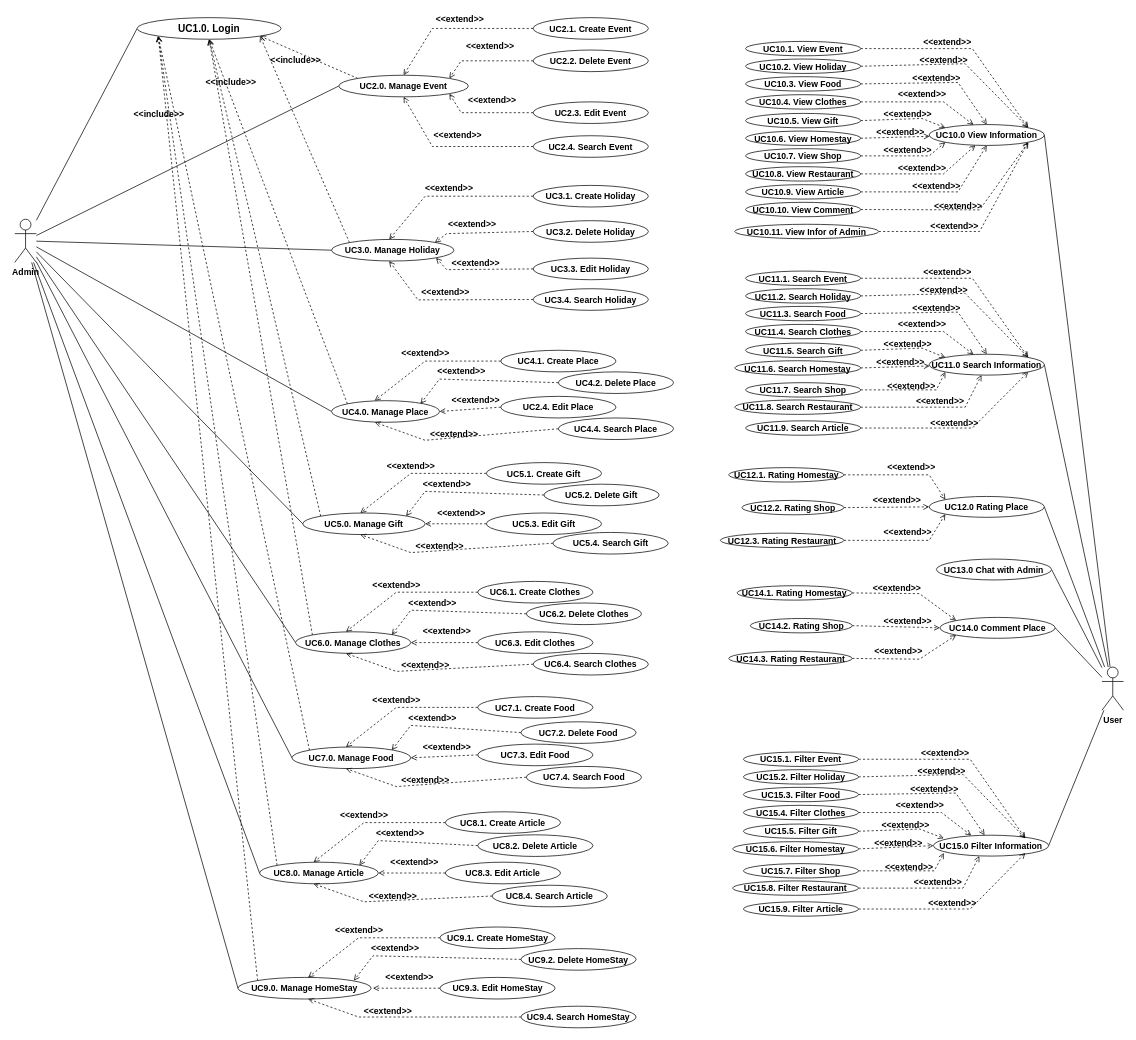
Above: First Prototype/VisitVietnamUsecase.drawio in KhoaDQ/VisitVietnamRepo (draw.io), before the change. Source tidied: cells renumbered, new cells numbered last; positions are measured from the earlier drawing's top-left corner, leaving out a move shared by most shapes. Both pictures are drawn from the tidied source at 72%, with x=0, y=0 at pixel (14, 12).
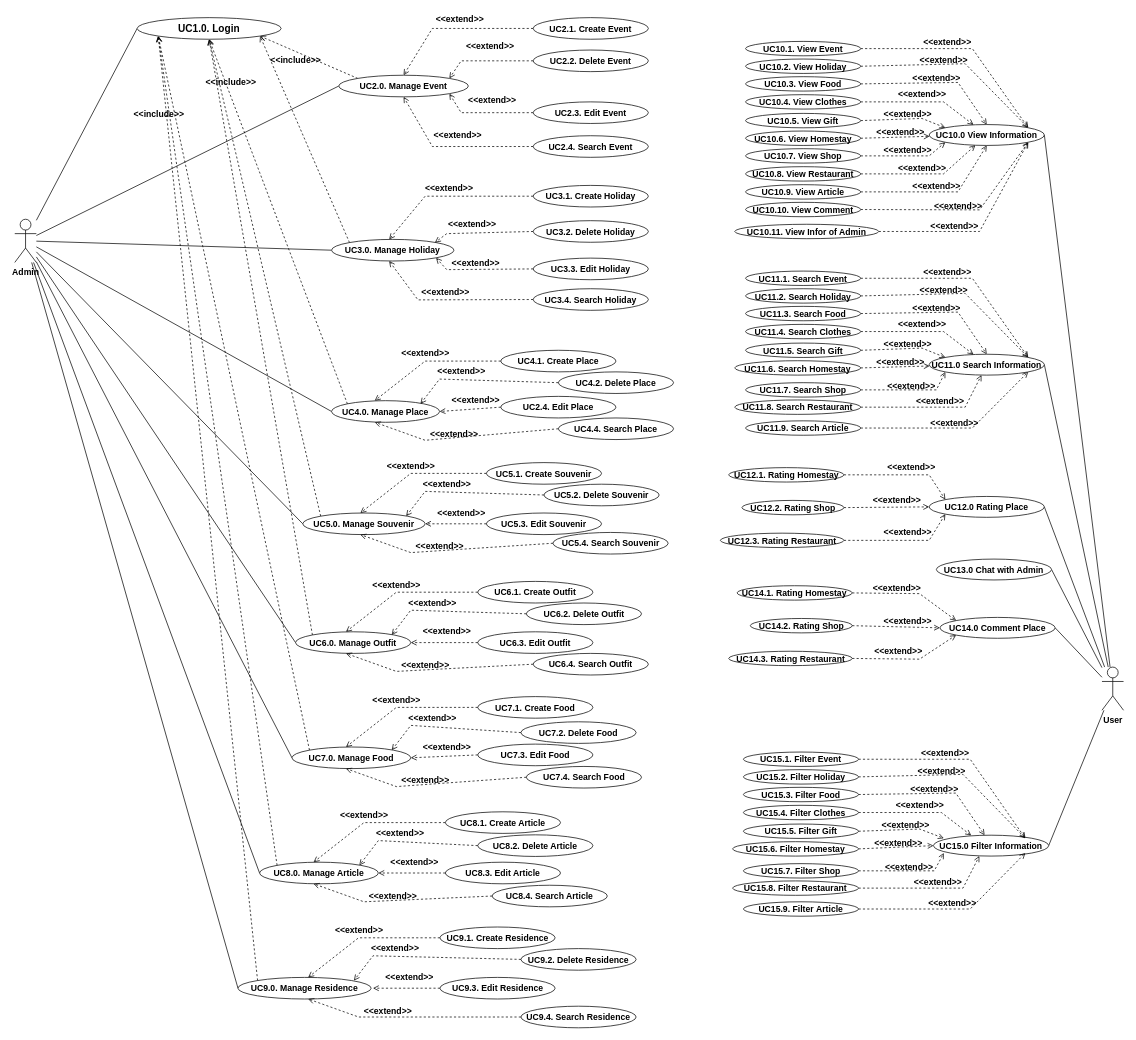
The same diagram, later.

Diff of the diagram source:
```diff
@@
-    <mxCell id="26" value="&lt;font style=&quot;font-size: 12px&quot;&gt;UC6.0. Manage Clothes&lt;br&gt;&lt;/font&gt;" style="ellipse;whiteSpace=wrap;html=1;fontSize=14;strokeWidth=1;fontStyle=1;" parent="1" vertex="1">
+    <mxCell id="26" value="&lt;font style=&quot;font-size: 12px&quot;&gt;UC6.0. Manage Outfit&lt;br&gt;&lt;/font&gt;" style="ellipse;whiteSpace=wrap;html=1;fontSize=14;strokeWidth=1;fontStyle=1;" parent="1" vertex="1">
       <mxGeometry x="390" y="860" width="160" height="30" as="geometry" />
     </mxCell>
-    <mxCell id="27" value="&lt;font style=&quot;font-size: 12px&quot;&gt;UC5.0. Manage Gift&lt;br&gt;&lt;/font&gt;" style="ellipse;whiteSpace=wrap;html=1;fontSize=14;strokeWidth=1;fontStyle=1;" parent="1" vertex="1">
+    <mxCell id="27" value="&lt;font style=&quot;font-size: 12px&quot;&gt;UC5.0. Manage Souvenir&lt;br&gt;&lt;/font&gt;" style="ellipse;whiteSpace=wrap;html=1;fontSize=14;strokeWidth=1;fontStyle=1;" parent="1" vertex="1">
       <mxGeometry x="400" y="695" width="170" height="30" as="geometry" />
     </mxCell>
@@
-    <mxCell id="31" value="&lt;font style=&quot;font-size: 12px&quot;&gt;UC9.0. Manage HomeStay&lt;br&gt;&lt;/font&gt;" style="ellipse;whiteSpace=wrap;html=1;fontSize=14;strokeWidth=1;fontStyle=1;" parent="1" vertex="1">
+    <mxCell id="31" value="&lt;font style=&quot;font-size: 12px&quot;&gt;UC9.0. Manage Residence&lt;br&gt;&lt;/font&gt;" style="ellipse;whiteSpace=wrap;html=1;fontSize=14;strokeWidth=1;fontStyle=1;" parent="1" vertex="1">
       <mxGeometry x="310" y="1340" width="185" height="30" as="geometry" />
     </mxCell>
@@
-    <mxCell id="77" value="&lt;font style=&quot;font-size: 12px&quot;&gt;UC5.1. Create Gift&lt;br&gt;&lt;/font&gt;" style="ellipse;whiteSpace=wrap;html=1;fontSize=14;strokeWidth=1;fontStyle=1;" parent="1" vertex="1">
+    <mxCell id="77" value="&lt;font style=&quot;font-size: 12px&quot;&gt;UC5.1. Create Souvenir&lt;br&gt;&lt;/font&gt;" style="ellipse;whiteSpace=wrap;html=1;fontSize=14;strokeWidth=1;fontStyle=1;" parent="1" vertex="1">
       <mxGeometry x="655" y="625" width="160" height="30" as="geometry" />
     </mxCell>
-    <mxCell id="78" value="&lt;font style=&quot;font-size: 12px&quot;&gt;UC5.2. Delete Gift&lt;br&gt;&lt;/font&gt;" style="ellipse;whiteSpace=wrap;html=1;fontSize=14;strokeWidth=1;fontStyle=1;" parent="1" vertex="1">
+    <mxCell id="78" value="&lt;font style=&quot;font-size: 12px&quot;&gt;UC5.2. Delete Souvenir&lt;br&gt;&lt;/font&gt;" style="ellipse;whiteSpace=wrap;html=1;fontSize=14;strokeWidth=1;fontStyle=1;" parent="1" vertex="1">
       <mxGeometry x="735" y="655" width="160" height="30" as="geometry" />
     </mxCell>
-    <mxCell id="79" value="&lt;font style=&quot;font-size: 12px&quot;&gt;UC5.3. Edit Gift&lt;br&gt;&lt;/font&gt;" style="ellipse;whiteSpace=wrap;html=1;fontSize=14;strokeWidth=1;fontStyle=1;" parent="1" vertex="1">
+    <mxCell id="79" value="&lt;font style=&quot;font-size: 12px&quot;&gt;UC5.3. Edit Souvenir&lt;br&gt;&lt;/font&gt;" style="ellipse;whiteSpace=wrap;html=1;fontSize=14;strokeWidth=1;fontStyle=1;" parent="1" vertex="1">
       <mxGeometry x="655" y="695" width="160" height="30" as="geometry" />
     </mxCell>
-    <mxCell id="80" value="&lt;font style=&quot;font-size: 12px&quot;&gt;UC5.4. Search Gift&lt;br&gt;&lt;/font&gt;" style="ellipse;whiteSpace=wrap;html=1;fontSize=14;strokeWidth=1;fontStyle=1;" parent="1" vertex="1">
+    <mxCell id="80" value="&lt;font style=&quot;font-size: 12px&quot;&gt;UC5.4. Search Souvenir&lt;br&gt;&lt;/font&gt;" style="ellipse;whiteSpace=wrap;html=1;fontSize=14;strokeWidth=1;fontStyle=1;" parent="1" vertex="1">
       <mxGeometry x="747.5" y="722" width="160" height="30" as="geometry" />
     </mxCell>
@@
-    <mxCell id="89" value="&lt;font style=&quot;font-size: 12px&quot;&gt;UC6.1. Create Clothes&lt;br&gt;&lt;/font&gt;" style="ellipse;whiteSpace=wrap;html=1;fontSize=14;strokeWidth=1;fontStyle=1;" parent="1" vertex="1">
+    <mxCell id="89" value="&lt;font style=&quot;font-size: 12px&quot;&gt;UC6.1. Create Outfit&lt;br&gt;&lt;/font&gt;" style="ellipse;whiteSpace=wrap;html=1;fontSize=14;strokeWidth=1;fontStyle=1;" parent="1" vertex="1">
       <mxGeometry x="643" y="790" width="160" height="30" as="geometry" />
     </mxCell>
-    <mxCell id="90" value="&lt;font style=&quot;font-size: 12px&quot;&gt;UC6.2. Delete Clothes&lt;br&gt;&lt;/font&gt;" style="ellipse;whiteSpace=wrap;html=1;fontSize=14;strokeWidth=1;fontStyle=1;" parent="1" vertex="1">
+    <mxCell id="90" value="&lt;font style=&quot;font-size: 12px&quot;&gt;UC6.2. Delete Outfit&lt;br&gt;&lt;/font&gt;" style="ellipse;whiteSpace=wrap;html=1;fontSize=14;strokeWidth=1;fontStyle=1;" parent="1" vertex="1">
       <mxGeometry x="710.5" y="820" width="160" height="30" as="geometry" />
     </mxCell>
-    <mxCell id="91" value="&lt;font style=&quot;font-size: 12px&quot;&gt;UC6.3. Edit Clothes&lt;br&gt;&lt;/font&gt;" style="ellipse;whiteSpace=wrap;html=1;fontSize=14;strokeWidth=1;fontStyle=1;" parent="1" vertex="1">
+    <mxCell id="91" value="&lt;font style=&quot;font-size: 12px&quot;&gt;UC6.3. Edit Outfit&lt;br&gt;&lt;/font&gt;" style="ellipse;whiteSpace=wrap;html=1;fontSize=14;strokeWidth=1;fontStyle=1;" parent="1" vertex="1">
       <mxGeometry x="643" y="860" width="160" height="30" as="geometry" />
     </mxCell>
-    <mxCell id="92" value="&lt;font style=&quot;font-size: 12px&quot;&gt;UC6.4. Search Clothes&lt;br&gt;&lt;/font&gt;" style="ellipse;whiteSpace=wrap;html=1;fontSize=14;strokeWidth=1;fontStyle=1;" parent="1" vertex="1">
+    <mxCell id="92" value="&lt;font style=&quot;font-size: 12px&quot;&gt;UC6.4. Search Outfit&lt;br&gt;&lt;/font&gt;" style="ellipse;whiteSpace=wrap;html=1;fontSize=14;strokeWidth=1;fontStyle=1;" parent="1" vertex="1">
       <mxGeometry x="720" y="890" width="160" height="30" as="geometry" />
     </mxCell>
@@
-    <mxCell id="125" value="&lt;font style=&quot;font-size: 12px&quot;&gt;UC9.1. Create HomeStay&lt;br&gt;&lt;/font&gt;" style="ellipse;whiteSpace=wrap;html=1;fontSize=14;strokeWidth=1;fontStyle=1;" parent="1" vertex="1">
+    <mxCell id="125" value="&lt;font style=&quot;font-size: 12px&quot;&gt;UC9.1. Create Residence&lt;br&gt;&lt;/font&gt;" style="ellipse;whiteSpace=wrap;html=1;fontSize=14;strokeWidth=1;fontStyle=1;" parent="1" vertex="1">
       <mxGeometry x="590.5" y="1270" width="160" height="30" as="geometry" />
     </mxCell>
-    <mxCell id="126" value="&lt;font style=&quot;font-size: 12px&quot;&gt;UC9.2. Delete HomeStay&lt;br&gt;&lt;/font&gt;" style="ellipse;whiteSpace=wrap;html=1;fontSize=14;strokeWidth=1;fontStyle=1;" parent="1" vertex="1">
+    <mxCell id="126" value="&lt;font style=&quot;font-size: 12px&quot;&gt;UC9.2. Delete Residence&lt;br&gt;&lt;/font&gt;" style="ellipse;whiteSpace=wrap;html=1;fontSize=14;strokeWidth=1;fontStyle=1;" parent="1" vertex="1">
       <mxGeometry x="703" y="1300" width="160" height="30" as="geometry" />
     </mxCell>
-    <mxCell id="127" value="&lt;font style=&quot;font-size: 12px&quot;&gt;UC9.3. Edit HomeStay&lt;br&gt;&lt;/font&gt;" style="ellipse;whiteSpace=wrap;html=1;fontSize=14;strokeWidth=1;fontStyle=1;" parent="1" vertex="1">
+    <mxCell id="127" value="&lt;font style=&quot;font-size: 12px&quot;&gt;UC9.3. Edit Residence&lt;br&gt;&lt;/font&gt;" style="ellipse;whiteSpace=wrap;html=1;fontSize=14;strokeWidth=1;fontStyle=1;" parent="1" vertex="1">
       <mxGeometry x="590.5" y="1340" width="160" height="30" as="geometry" />
     </mxCell>
-    <mxCell id="128" value="&lt;font style=&quot;font-size: 12px&quot;&gt;UC9.4. Search HomeStay&lt;br&gt;&lt;/font&gt;" style="ellipse;whiteSpace=wrap;html=1;fontSize=14;strokeWidth=1;fontStyle=1;" parent="1" vertex="1">
+    <mxCell id="128" value="&lt;font style=&quot;font-size: 12px&quot;&gt;UC9.4. Search Residence&lt;br&gt;&lt;/font&gt;" style="ellipse;whiteSpace=wrap;html=1;fontSize=14;strokeWidth=1;fontStyle=1;" parent="1" vertex="1">
       <mxGeometry x="703" y="1380" width="160" height="30" as="geometry" />
     </mxCell>
```
